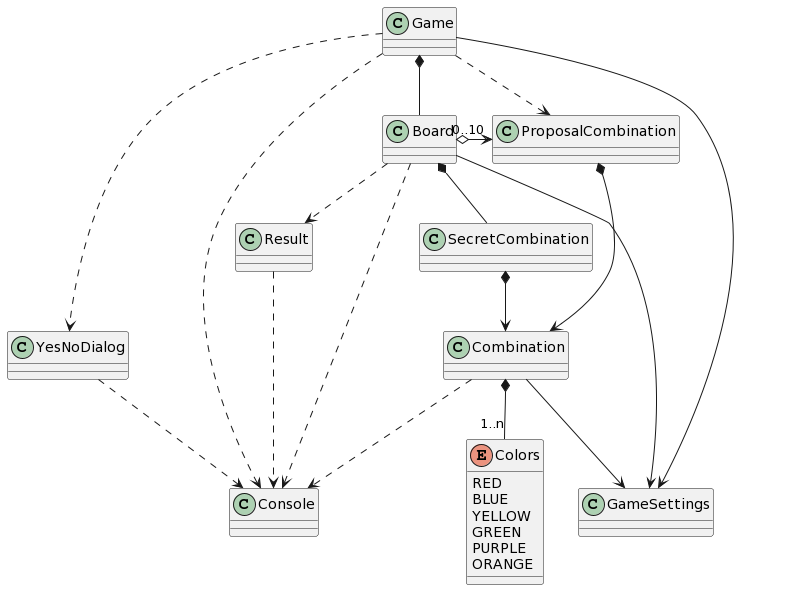
This is tech-js-basado-objetos/mastermind/MasterMind-UML.png from USantaTecla-ed-mpds/lab-chomsky, a PlantUML export, as it was before one commit.
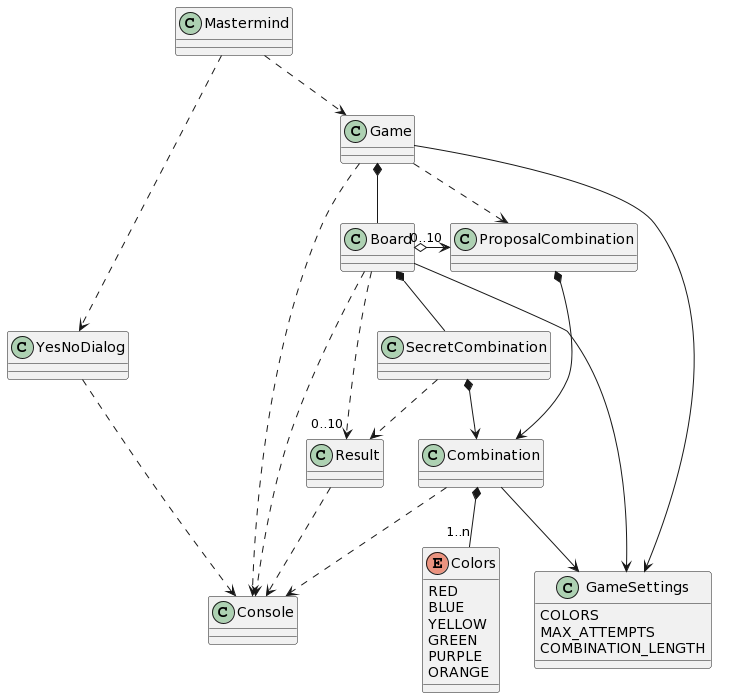
After the commit.

What changed in the source:
```diff
@@ -1,15 +1,20 @@
 @startuml
-Game ..> YesNoDialog
+Mastermind ..> YesNoDialog
+Mastermind ..> Game
 Game ..> Console
 YesNoDialog ..> Console
 Game *-- Board
 Game --> GameSettings
+GameSettings : COLORS
+GameSettings : MAX_ATTEMPTS
+GameSettings : COMBINATION_LENGTH
 Board --> GameSettings
 Board *-- SecretCombination
 Board o-> "0..10" ProposalCombination
-Board ..> Result
+Board ..> "0..10"Result
 Game ..> ProposalCombination
 SecretCombination *--> Combination
+SecretCombination ..> Result
 ProposalCombination *--> Combination
 Combination *-- "1..n" Colors
 enum Colors {
```
